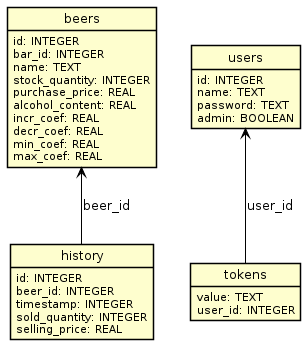
The PlantUML diagram doc/db.png in e-kot-unamur/boursiere-server, before a commit.
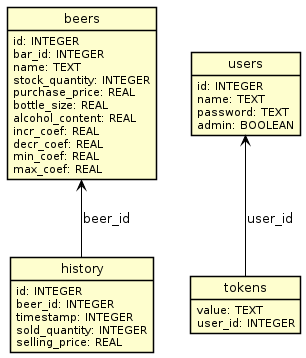
After the change.

Commit message:
Add bottle_size on database schema

Change to the diagram source:
```diff
@@ -4,38 +4,39 @@
 hide methods
 
 class beers {
-    id: INTEGER
-    bar_id: INTEGER
-    name: TEXT
-    stock_quantity: INTEGER
-    purchase_price: REAL
-    alcohol_content: REAL
-    incr_coef: REAL
-    decr_coef: REAL
-    min_coef: REAL
-    max_coef: REAL
+  id: INTEGER
+  bar_id: INTEGER
+  name: TEXT
+  stock_quantity: INTEGER
+  purchase_price: REAL
+  bottle_size: REAL
+  alcohol_content: REAL
+  incr_coef: REAL
+  decr_coef: REAL
+  min_coef: REAL
+  max_coef: REAL
 }
 
 class history {
-    id: INTEGER
-    beer_id: INTEGER
-    timestamp: INTEGER
-    sold_quantity: INTEGER
-    selling_price: REAL
+  id: INTEGER
+  beer_id: INTEGER
+  timestamp: INTEGER
+  sold_quantity: INTEGER
+  selling_price: REAL
 }
 
 beers <-- history : beer_id
 
 class users {
-    id: INTEGER
-    name: TEXT
-    password: TEXT
-    admin: BOOLEAN
+  id: INTEGER
+  name: TEXT
+  password: TEXT
+  admin: BOOLEAN
 }
 
 class tokens {
-    value: TEXT
-    user_id: INTEGER
+  value: TEXT
+  user_id: INTEGER
 }
 
 users <-- tokens : user_id
```
